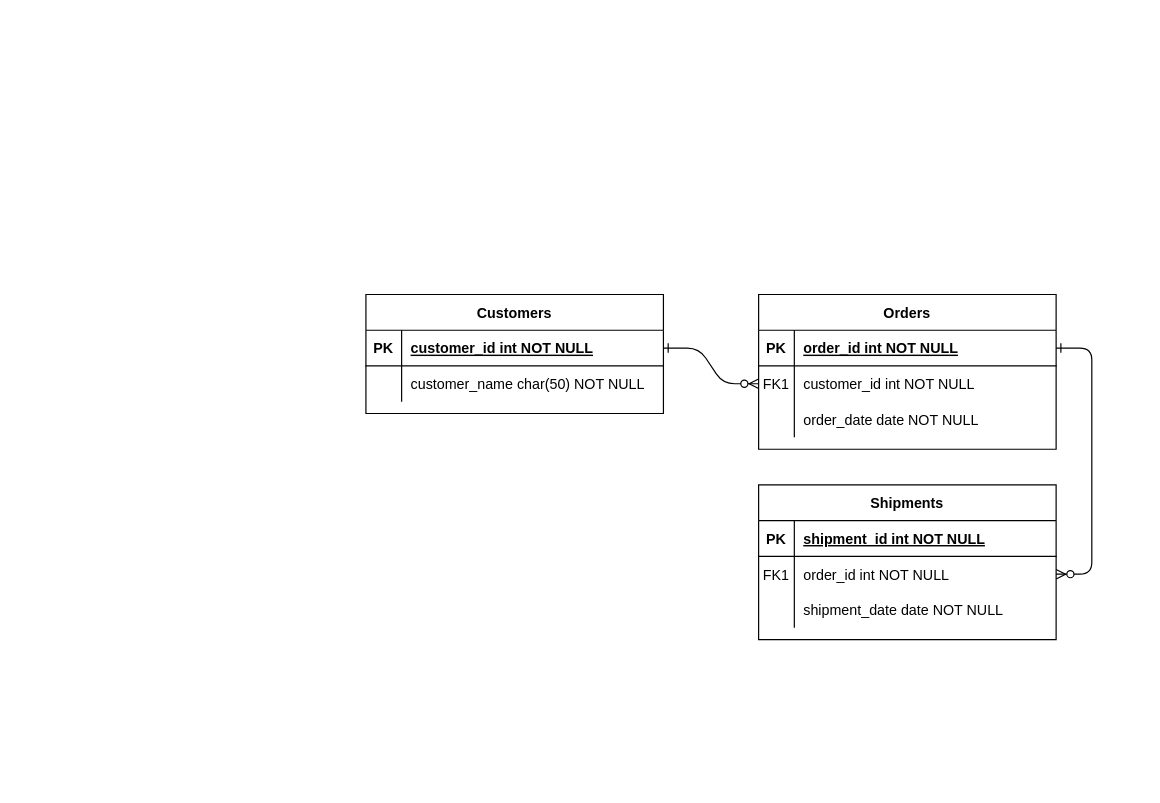
Earlier version of the draw.io diagram Diagram bez tytułu.drawio (JakubBalon/RentalService1). Source tidied: cells renumbered, new cells numbered last; positions are measured from the earlier drawing's top-left corner, leaving out a move shared by most shapes. Both pictures are drawn from the tidied source at 119%, with x=0, y=0 at pixel (365, 294).
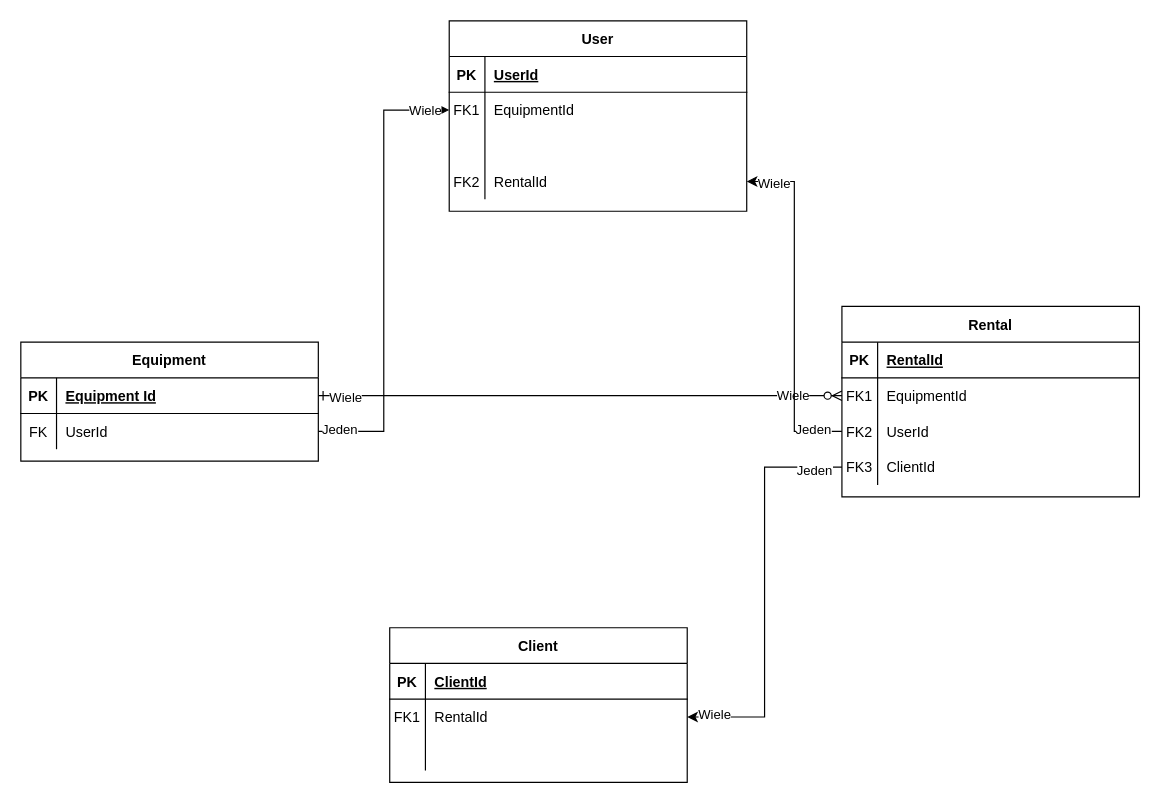
The same diagram, later.

Commit message:
Database Structure

The change refers to these unchanged cells:
```xml
<mxCell id="2" style="edgeStyle=entityRelationEdgeStyle;endArrow=ERzeroToMany;startArrow=ERone;endFill=1;startFill=0;" parent="1" edge="1" source="25" target="8">
  <mxGeometry relative="1" as="geometry" />
</mxCell>
<mxCell id="5" style="shape=partialRectangle;fillColor=none;points=[[0,0.5],[1,0.5]];portConstraint=eastwest;top=0;left=0;right=0;bottom=1;" parent="4" vertex="1">
  <mxGeometry y="30" width="250" height="30" as="geometry" />
</mxCell>
<mxCell id="8" style="shape=partialRectangle;fillColor=none;points=[[0,0.5],[1,0.5]];portConstraint=eastwest;top=0;left=0;right=0;bottom=0;" parent="4" vertex="1">
  <mxGeometry y="60" width="250" height="30" as="geometry" />
</mxCell>
<mxCell id="11" style="shape=partialRectangle;fillColor=none;points=[[0,0.5],[1,0.5]];portConstraint=eastwest;top=0;left=0;right=0;bottom=0;" parent="4" vertex="1">
  <mxGeometry y="90" width="250" height="30" as="geometry" />
</mxCell>
<mxCell id="15" style="shape=partialRectangle;fillColor=none;top=0;left=0;right=0;bottom=1;" parent="14" vertex="1">
  <mxGeometry y="30" width="250" height="30" as="geometry" />
</mxCell>
<mxCell id="18" style="shape=partialRectangle;fillColor=none;points=[[0,0.5],[1,0.5]];portConstraint=eastwest;top=0;left=0;right=0;bottom=0;" parent="14" vertex="1">
  <mxGeometry y="60" width="250" height="30" as="geometry" />
</mxCell>
<mxCell id="21" style="shape=partialRectangle;fillColor=none;top=0;left=0;right=0;bottom=0;" parent="14" vertex="1">
  <mxGeometry y="90" width="250" height="30" as="geometry" />
</mxCell>
<mxCell id="25" style="shape=partialRectangle;fillColor=none;points=[[0,0.5],[1,0.5]];portConstraint=eastwest;top=0;left=0;right=0;bottom=1;" parent="24" vertex="1">
  <mxGeometry y="30" width="250" height="30" as="geometry" />
</mxCell>
<mxCell id="28" style="shape=partialRectangle;fillColor=none;points=[[0,0.5],[1,0.5]];portConstraint=eastwest;top=0;left=0;right=0;bottom=0;" parent="24" vertex="1">
  <mxGeometry y="60" width="250" height="30" as="geometry" />
</mxCell>
```

Change to the diagram source:
```diff
@@
-    <mxCell id="3" style="edgeStyle=entityRelationEdgeStyle;endArrow=ERzeroToMany;startArrow=ERone;endFill=1;startFill=0;" parent="1" edge="1" source="5" target="18">
-      <mxGeometry relative="1" as="geometry" />
-    </mxCell>
+    <mxCell id="31" value="Wiele" style="edgeLabel;html=1;align=center;verticalAlign=middle;" parent="2" vertex="1">
+      <mxGeometry x="0.81" y="1" relative="1" as="geometry" />
+    </mxCell>
+    <mxCell id="32" value="Wiele" style="edgeLabel;html=1;align=center;verticalAlign=middle;" parent="2" vertex="1">
+      <mxGeometry x="-0.9" y="-1" relative="1" as="geometry" />
+    </mxCell>
-    <mxCell id="4" value="Orders" style="shape=table;startSize=30;childLayout=tableLayout;rowLines=0;fontStyle=1;align=center;" parent="1" vertex="1">
-      <mxGeometry x="330" width="250" height="130" as="geometry" />
+    <mxCell id="4" value="Rental" style="shape=table;startSize=30;childLayout=tableLayout;rowLines=0;fontStyle=1;align=center;" parent="1" vertex="1">
+      <mxGeometry x="400" y="10" width="250" height="160" as="geometry" />
     </mxCell>
@@
-    <mxCell id="7" value="order_id int NOT NULL " style="shape=partialRectangle;overflow=hidden;fillColor=none;top=0;left=0;bottom=0;right=0;align=left;spacingLeft=6;fontStyle=5;" parent="5" vertex="1">
+    <mxCell id="7" value="RentalId" style="shape=partialRectangle;overflow=hidden;fillColor=none;top=0;left=0;bottom=0;right=0;align=left;spacingLeft=6;fontStyle=5;" parent="5" vertex="1">
       <mxGeometry x="30" width="220" height="30" as="geometry" />
     </mxCell>
@@
-    <mxCell id="10" value="customer_id int NOT NULL" style="shape=partialRectangle;overflow=hidden;fillColor=none;top=0;left=0;bottom=0;right=0;align=left;spacingLeft=6;" parent="8" vertex="1">
+    <mxCell id="10" value="EquipmentId" style="shape=partialRectangle;overflow=hidden;fillColor=none;top=0;left=0;bottom=0;right=0;align=left;spacingLeft=6;" parent="8" vertex="1">
       <mxGeometry x="30" width="220" height="30" as="geometry" />
     </mxCell>
@@
-    <mxCell id="12" style="shape=partialRectangle;overflow=hidden;fillColor=none;top=0;left=0;bottom=0;right=0;" parent="11" vertex="1">
+    <mxCell id="12" value="FK2" style="shape=partialRectangle;overflow=hidden;fillColor=none;top=0;left=0;bottom=0;right=0;" parent="11" vertex="1">
       <mxGeometry width="30" height="30" as="geometry" />
     </mxCell>
-    <mxCell id="13" value="order_date date NOT NULL" style="shape=partialRectangle;overflow=hidden;fillColor=none;top=0;left=0;bottom=0;right=0;align=left;spacingLeft=6;" parent="11" vertex="1">
+    <mxCell id="13" value="UserId" style="shape=partialRectangle;overflow=hidden;fillColor=none;top=0;left=0;bottom=0;right=0;align=left;spacingLeft=6;" parent="11" vertex="1">
       <mxGeometry x="30" width="220" height="30" as="geometry" />
     </mxCell>
+    <mxCell id="33" style="shape=partialRectangle;fillColor=none;points=[[0,0.5],[1,0.5]];portConstraint=eastwest;top=0;left=0;right=0;bottom=0;" parent="4" vertex="1">
+      <mxGeometry y="120" width="250" height="30" as="geometry" />
+    </mxCell>
+    <mxCell id="34" value="FK3" style="shape=partialRectangle;overflow=hidden;fillColor=none;top=0;left=0;bottom=0;right=0;" parent="33" vertex="1">
+      <mxGeometry width="30" height="30" as="geometry" />
+    </mxCell>
+    <mxCell id="35" value="ClientId" style="shape=partialRectangle;overflow=hidden;fillColor=none;top=0;left=0;bottom=0;right=0;align=left;spacingLeft=6;" parent="33" vertex="1">
+      <mxGeometry x="30" width="220" height="30" as="geometry" />
+    </mxCell>
-    <mxCell id="14" value="Shipments" style="shape=table;startSize=30;childLayout=tableLayout;rowLines=0;fontStyle=1;align=center;" parent="1" vertex="1">
-      <mxGeometry x="330" y="160" width="250" height="130" as="geometry" />
+    <mxCell id="14" value="User" style="shape=table;startSize=30;childLayout=tableLayout;rowLines=0;fontStyle=1;align=center;" parent="1" vertex="1">
+      <mxGeometry x="70" y="-230" width="250" height="160" as="geometry" />
     </mxCell>
@@
-    <mxCell id="17" value="shipment_id int NOT NULL " style="shape=partialRectangle;overflow=hidden;fillColor=none;top=0;left=0;bottom=0;right=0;align=left;spacingLeft=6;fontStyle=5;" parent="15" vertex="1">
+    <mxCell id="17" value="UserId" style="shape=partialRectangle;overflow=hidden;fillColor=none;top=0;left=0;bottom=0;right=0;align=left;spacingLeft=6;fontStyle=5;" parent="15" vertex="1">
       <mxGeometry x="30" width="220" height="30" as="geometry" />
     </mxCell>
@@
-    <mxCell id="20" value="order_id int NOT NULL" style="shape=partialRectangle;overflow=hidden;fillColor=none;top=0;left=0;bottom=0;right=0;align=left;spacingLeft=6;" parent="18" vertex="1">
+    <mxCell id="20" value="EquipmentId" style="shape=partialRectangle;overflow=hidden;fillColor=none;top=0;left=0;bottom=0;right=0;align=left;spacingLeft=6;" parent="18" vertex="1">
       <mxGeometry x="30" width="220" height="30" as="geometry" />
     </mxCell>
@@
-    <mxCell id="23" value="shipment_date date NOT NULL" style="shape=partialRectangle;overflow=hidden;fillColor=none;top=0;left=0;bottom=0;right=0;align=left;spacingLeft=6;" parent="21" vertex="1">
+    <mxCell id="23" style="shape=partialRectangle;overflow=hidden;fillColor=none;top=0;left=0;bottom=0;right=0;align=left;spacingLeft=6;" parent="21" vertex="1">
       <mxGeometry x="30" width="220" height="30" as="geometry" />
     </mxCell>
+    <mxCell id="36" style="shape=partialRectangle;fillColor=none;points=[[0,0.5],[1,0.5]];portConstraint=eastwest;top=0;left=0;right=0;bottom=0;" parent="14" vertex="1">
+      <mxGeometry y="120" width="250" height="30" as="geometry" />
+    </mxCell>
+    <mxCell id="37" value="FK2" style="shape=partialRectangle;overflow=hidden;fillColor=none;top=0;left=0;bottom=0;right=0;" parent="36" vertex="1">
+      <mxGeometry width="30" height="30" as="geometry" />
+    </mxCell>
+    <mxCell id="38" value="RentalId" style="shape=partialRectangle;overflow=hidden;fillColor=none;top=0;left=0;bottom=0;right=0;align=left;spacingLeft=6;" parent="36" vertex="1">
+      <mxGeometry x="30" width="220" height="30" as="geometry" />
+    </mxCell>
-    <mxCell id="24" value="Customers" style="shape=table;startSize=30;childLayout=tableLayout;rowLines=0;fontStyle=1;align=center;" parent="1" vertex="1">
-      <mxGeometry width="250" height="100" as="geometry" />
+    <mxCell id="24" value="Equipment" style="shape=table;startSize=30;childLayout=tableLayout;rowLines=0;fontStyle=1;align=center;" parent="1" vertex="1">
+      <mxGeometry x="-290" y="40" width="250" height="100" as="geometry" />
     </mxCell>
@@
-    <mxCell id="27" value="customer_id int NOT NULL " style="shape=partialRectangle;overflow=hidden;fillColor=none;top=0;left=0;bottom=0;right=0;align=left;spacingLeft=6;fontStyle=5;" parent="25" vertex="1">
+    <mxCell id="27" value="Equipment Id" style="shape=partialRectangle;overflow=hidden;fillColor=none;top=0;left=0;bottom=0;right=0;align=left;spacingLeft=6;fontStyle=5;" parent="25" vertex="1">
       <mxGeometry x="30" width="220" height="30" as="geometry" />
     </mxCell>
@@
-    <mxCell id="29" style="shape=partialRectangle;overflow=hidden;fillColor=none;top=0;left=0;bottom=0;right=0;" parent="28" vertex="1">
+    <mxCell id="29" value="FK" style="shape=partialRectangle;overflow=hidden;fillColor=none;top=0;left=0;bottom=0;right=0;" parent="28" vertex="1">
       <mxGeometry width="30" height="30" as="geometry" />
     </mxCell>
-    <mxCell id="30" value="customer_name char(50) NOT NULL" style="shape=partialRectangle;overflow=hidden;fillColor=none;top=0;left=0;bottom=0;right=0;align=left;spacingLeft=6;" parent="28" vertex="1">
+    <mxCell id="30" value="UserId" style="shape=partialRectangle;overflow=hidden;fillColor=none;top=0;left=0;bottom=0;right=0;align=left;spacingLeft=6;" parent="28" vertex="1">
       <mxGeometry x="30" width="220" height="30" as="geometry" />
     </mxCell>
+    <mxCell id="39" value="Client" style="shape=table;startSize=30;childLayout=tableLayout;rowLines=0;fontStyle=1;align=center;" parent="1" vertex="1">
+      <mxGeometry x="20" y="280" width="250" height="130" as="geometry" />
+    </mxCell>
+    <mxCell id="40" style="shape=partialRectangle;fillColor=none;top=0;left=0;right=0;bottom=1;" parent="39" vertex="1">
+      <mxGeometry y="30" width="250" height="30" as="geometry" />
+    </mxCell>
+    <mxCell id="41" value="PK" style="shape=partialRectangle;overflow=hidden;fillColor=none;top=0;left=0;bottom=0;right=0;fontStyle=1;" parent="40" vertex="1">
+      <mxGeometry width="30" height="30" as="geometry" />
+    </mxCell>
+    <mxCell id="42" value="ClientId" style="shape=partialRectangle;overflow=hidden;fillColor=none;top=0;left=0;bottom=0;right=0;align=left;spacingLeft=6;fontStyle=5;" parent="40" vertex="1">
+      <mxGeometry x="30" width="220" height="30" as="geometry" />
+    </mxCell>
+    <mxCell id="43" style="shape=partialRectangle;fillColor=none;points=[[0,0.5],[1,0.5]];portConstraint=eastwest;top=0;left=0;right=0;bottom=0;" parent="39" vertex="1">
+      <mxGeometry y="60" width="250" height="30" as="geometry" />
+    </mxCell>
+    <mxCell id="44" value="FK1" style="shape=partialRectangle;overflow=hidden;fillColor=none;top=0;left=0;bottom=0;right=0;" parent="43" vertex="1">
+      <mxGeometry width="30" height="30" as="geometry" />
+    </mxCell>
+    <mxCell id="45" value="RentalId" style="shape=partialRectangle;overflow=hidden;fillColor=none;top=0;left=0;bottom=0;right=0;align=left;spacingLeft=6;" parent="43" vertex="1">
+      <mxGeometry x="30" width="220" height="30" as="geometry" />
+    </mxCell>
+    <mxCell id="46" style="shape=partialRectangle;fillColor=none;top=0;left=0;right=0;bottom=0;" parent="39" vertex="1">
+      <mxGeometry y="90" width="250" height="30" as="geometry" />
+    </mxCell>
+    <mxCell id="47" style="shape=partialRectangle;overflow=hidden;fillColor=none;top=0;left=0;bottom=0;right=0;" parent="46" vertex="1">
+      <mxGeometry width="30" height="30" as="geometry" />
+    </mxCell>
+    <mxCell id="48" style="shape=partialRectangle;overflow=hidden;fillColor=none;top=0;left=0;bottom=0;right=0;align=left;spacingLeft=6;" parent="46" vertex="1">
+      <mxGeometry x="30" width="220" height="30" as="geometry" />
+    </mxCell>
+    <mxCell id="49" style="edgeStyle=orthogonalEdgeStyle;rounded=0;jettySize=auto;html=1;exitX=1;exitY=0.5;exitDx=0;exitDy=0;entryX=0;entryY=0.5;entryDx=0;entryDy=0;" parent="1" edge="1" source="28" target="18">
+      <mxGeometry relative="1" as="geometry" />
+    </mxCell>
+    <mxCell id="50" value="Jeden" style="edgeLabel;html=1;align=center;verticalAlign=middle;" parent="49" vertex="1">
+      <mxGeometry x="-0.91" y="2" relative="1" as="geometry" />
+    </mxCell>
+    <mxCell id="51" value="Wiele" style="edgeLabel;html=1;align=center;verticalAlign=middle;" parent="49" vertex="1">
+      <mxGeometry x="0.89" relative="1" as="geometry" />
+    </mxCell>
+    <mxCell id="52" style="edgeStyle=orthogonalEdgeStyle;rounded=0;jettySize=auto;html=1;" parent="1" edge="1" source="11" target="36">
+      <mxGeometry relative="1" as="geometry" />
+    </mxCell>
+    <mxCell id="53" value="Jeden" style="edgeLabel;html=1;align=center;verticalAlign=middle;" parent="52" vertex="1">
+      <mxGeometry x="-0.83" y="-2" relative="1" as="geometry" />
+    </mxCell>
+    <mxCell id="54" value="Wiele" style="edgeLabel;html=1;align=center;verticalAlign=middle;" parent="52" vertex="1">
+      <mxGeometry x="0.85" y="1" relative="1" as="geometry" />
+    </mxCell>
+    <mxCell id="55" style="edgeStyle=orthogonalEdgeStyle;rounded=0;jettySize=auto;html=1;entryX=1;entryY=0.5;entryDx=0;entryDy=0;" parent="1" edge="1" source="33" target="43">
+      <mxGeometry relative="1" as="geometry" />
+    </mxCell>
+    <mxCell id="56" value="Wiele" style="edgeLabel;html=1;align=center;verticalAlign=middle;" parent="55" vertex="1">
+      <mxGeometry x="0.87" y="-3" relative="1" as="geometry" />
+    </mxCell>
+    <mxCell id="57" value="Jeden" style="edgeLabel;html=1;align=center;verticalAlign=middle;" parent="55" vertex="1">
+      <mxGeometry x="-0.86" y="2" relative="1" as="geometry" />
+    </mxCell>
```
